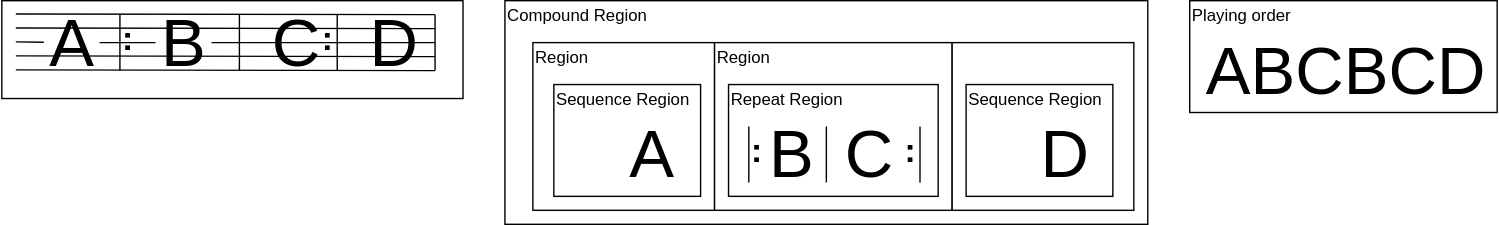
Earlier version of the draw.io export docs/repeat/example03.drawio.svg (ruimo/klavier-core). Source tidied: cells renumbered, new cells last; positions are measured from the earlier drawing's top-left corner, leaving out a move shared by most shapes. The source it was exported from:
```xml
<mxGraphModel>
  <root>
    <mxCell id="0" />
    <mxCell id="1" parent="0" />
    <mxCell id="2" style="rounded=0;whiteSpace=wrap;html=1;" parent="1" vertex="1">
      <mxGeometry x="360" width="460" height="160" as="geometry" />
    </mxCell>
    <mxCell id="3" style="rounded=0;whiteSpace=wrap;html=1;" parent="1" vertex="1">
      <mxGeometry x="380" y="30" width="130" height="120" as="geometry" />
    </mxCell>
    <mxCell id="4" style="rounded=0;whiteSpace=wrap;html=1;" parent="1" vertex="1">
      <mxGeometry width="330" height="70" as="geometry" />
    </mxCell>
    <mxCell id="5" style="endArrow=none;html=1;" parent="1" edge="1">
      <mxGeometry relative="1" as="geometry">
        <mxPoint x="10" y="9.5" as="sourcePoint" />
        <mxPoint x="310" y="10" as="targetPoint" />
      </mxGeometry>
    </mxCell>
    <mxCell id="6" style="endArrow=none;html=1;" parent="1" edge="1">
      <mxGeometry relative="1" as="geometry">
        <mxPoint x="10" y="19.5" as="sourcePoint" />
        <mxPoint x="310" y="20" as="targetPoint" />
      </mxGeometry>
    </mxCell>
    <mxCell id="7" style="endArrow=none;html=1;" parent="1" edge="1" source="16">
      <mxGeometry relative="1" as="geometry">
        <mxPoint x="310" y="30" as="targetPoint" />
      </mxGeometry>
    </mxCell>
    <mxCell id="8" style="endArrow=none;html=1;" parent="1" edge="1">
      <mxGeometry relative="1" as="geometry">
        <mxPoint x="10" y="39.5" as="sourcePoint" />
        <mxPoint x="310" y="40" as="targetPoint" />
      </mxGeometry>
    </mxCell>
    <mxCell id="9" style="endArrow=none;html=1;" parent="1" edge="1">
      <mxGeometry relative="1" as="geometry">
        <mxPoint x="10" y="49.5" as="sourcePoint" />
        <mxPoint x="310" y="50" as="targetPoint" />
      </mxGeometry>
    </mxCell>
    <mxCell id="10" value="&lt;font style=&quot;font-size: 48px&quot;&gt;A&lt;/font&gt;" style="text;html=1;strokeColor=none;fillColor=none;align=center;verticalAlign=middle;whiteSpace=wrap;rounded=0;" parent="1" vertex="1">
      <mxGeometry x="30" y="20" width="40" height="20" as="geometry" />
    </mxCell>
    <mxCell id="11" style="endArrow=none;html=1;" parent="1" edge="1" target="10">
      <mxGeometry relative="1" as="geometry">
        <mxPoint x="10" y="29.5" as="sourcePoint" />
      </mxGeometry>
    </mxCell>
    <mxCell id="12" style="endArrow=none;html=1;" parent="1" edge="1">
      <mxGeometry relative="1" as="geometry">
        <mxPoint x="170" y="50" as="sourcePoint" />
        <mxPoint x="170" y="10" as="targetPoint" />
      </mxGeometry>
    </mxCell>
    <mxCell id="13" style="rounded=0;whiteSpace=wrap;html=1;" parent="1" vertex="1">
      <mxGeometry x="395" y="60" width="105" height="80" as="geometry" />
    </mxCell>
    <mxCell id="14" value="Sequence Region" style="text;html=1;strokeColor=none;fillColor=none;align=left;verticalAlign=middle;whiteSpace=wrap;rounded=0;" parent="1" vertex="1">
      <mxGeometry x="395" y="60" width="105" height="20" as="geometry" />
    </mxCell>
    <mxCell id="15" value="&lt;font style=&quot;font-size: 48px&quot;&gt;A&lt;/font&gt;" style="text;html=1;strokeColor=none;fillColor=none;align=center;verticalAlign=middle;whiteSpace=wrap;rounded=0;" parent="1" vertex="1">
      <mxGeometry x="445" y="100" width="40" height="20" as="geometry" />
    </mxCell>
    <mxCell id="16" value="&lt;font style=&quot;font-size: 48px&quot;&gt;B&lt;/font&gt;" style="text;html=1;strokeColor=none;fillColor=none;align=center;verticalAlign=middle;whiteSpace=wrap;rounded=0;" parent="1" vertex="1">
      <mxGeometry x="110" y="20" width="40" height="20" as="geometry" />
    </mxCell>
    <mxCell id="17" value="Compound Region" style="text;html=1;strokeColor=none;fillColor=none;align=left;verticalAlign=middle;whiteSpace=wrap;rounded=0;" parent="1" vertex="1">
      <mxGeometry x="360" width="200" height="20" as="geometry" />
    </mxCell>
    <mxCell id="18" value="Region" style="text;html=1;strokeColor=none;fillColor=none;align=left;verticalAlign=middle;whiteSpace=wrap;rounded=0;" parent="1" vertex="1">
      <mxGeometry x="380" y="30" width="150" height="20" as="geometry" />
    </mxCell>
    <mxCell id="19" value="&lt;font style=&quot;font-size: 48px&quot;&gt;C&lt;/font&gt;" style="text;html=1;strokeColor=none;fillColor=none;align=center;verticalAlign=middle;whiteSpace=wrap;rounded=0;" parent="1" vertex="1">
      <mxGeometry x="190" y="20" width="40" height="20" as="geometry" />
    </mxCell>
    <mxCell id="20" value="&lt;font style=&quot;font-size: 48px&quot;&gt;D&lt;/font&gt;" style="text;html=1;strokeColor=none;fillColor=none;align=center;verticalAlign=middle;whiteSpace=wrap;rounded=0;" parent="1" vertex="1">
      <mxGeometry x="260" y="20" width="40" height="20" as="geometry" />
    </mxCell>
    <mxCell id="21" style="endArrow=none;html=1;" parent="1" edge="1">
      <mxGeometry relative="1" as="geometry">
        <mxPoint x="310" y="50" as="sourcePoint" />
        <mxPoint x="310" y="10" as="targetPoint" />
      </mxGeometry>
    </mxCell>
    <mxCell id="22" style="rounded=0;whiteSpace=wrap;html=1;" parent="1" vertex="1">
      <mxGeometry x="510" y="30" width="170" height="120" as="geometry" />
    </mxCell>
    <mxCell id="23" style="rounded=0;whiteSpace=wrap;html=1;" parent="1" vertex="1">
      <mxGeometry x="520" y="60" width="150" height="80" as="geometry" />
    </mxCell>
    <mxCell id="24" value="&lt;font style=&quot;font-size: 48px&quot;&gt;B&lt;/font&gt;" style="text;html=1;strokeColor=none;fillColor=none;align=center;verticalAlign=middle;whiteSpace=wrap;rounded=0;" parent="1" vertex="1">
      <mxGeometry x="545" y="100" width="40" height="20" as="geometry" />
    </mxCell>
    <mxCell id="25" value="Region" style="text;html=1;strokeColor=none;fillColor=none;align=left;verticalAlign=middle;whiteSpace=wrap;rounded=0;" parent="1" vertex="1">
      <mxGeometry x="510" y="30" width="150" height="20" as="geometry" />
    </mxCell>
    <mxCell id="26" value="Repeat Region" style="text;html=1;strokeColor=none;fillColor=none;align=left;verticalAlign=middle;whiteSpace=wrap;rounded=0;" parent="1" vertex="1">
      <mxGeometry x="520" y="60" width="105" height="20" as="geometry" />
    </mxCell>
    <mxCell id="27" style="group;" parent="1" vertex="1">
      <mxGeometry x="520" y="90" width="40" height="40" as="geometry" />
    </mxCell>
    <mxCell id="28" style="endArrow=none;html=1;" parent="27" edge="1">
      <mxGeometry relative="1" as="geometry">
        <mxPoint x="14.5" y="40" as="sourcePoint" />
        <mxPoint x="14.5" as="targetPoint" />
      </mxGeometry>
    </mxCell>
    <mxCell id="29" value="&lt;font style=&quot;font-size: 24px&quot;&gt;&lt;b&gt;:&lt;/b&gt;&lt;/font&gt;" style="text;html=1;strokeColor=none;fillColor=none;align=center;verticalAlign=middle;whiteSpace=wrap;rounded=0;rotation=0;" parent="27" vertex="1">
      <mxGeometry y="7" width="40" height="20" as="geometry" />
    </mxCell>
    <mxCell id="30" style="group;" parent="1" vertex="1">
      <mxGeometry x="70" y="10" width="40" height="40" as="geometry" />
    </mxCell>
    <mxCell id="31" style="endArrow=none;html=1;" parent="30" edge="1" source="10" target="16">
      <mxGeometry relative="1" as="geometry" />
    </mxCell>
    <mxCell id="32" style="endArrow=none;html=1;" parent="30" edge="1">
      <mxGeometry relative="1" as="geometry">
        <mxPoint x="14.5" y="40" as="sourcePoint" />
        <mxPoint x="14.5" as="targetPoint" />
      </mxGeometry>
    </mxCell>
    <mxCell id="33" value="&lt;font style=&quot;font-size: 24px&quot;&gt;&lt;b&gt;:&lt;/b&gt;&lt;/font&gt;" style="text;html=1;strokeColor=none;fillColor=none;align=center;verticalAlign=middle;whiteSpace=wrap;rounded=0;rotation=0;" parent="30" vertex="1">
      <mxGeometry y="7" width="40" height="20" as="geometry" />
    </mxCell>
    <mxCell id="34" style="endArrow=none;html=1;" parent="1" edge="1">
      <mxGeometry relative="1" as="geometry">
        <mxPoint x="590" y="130" as="sourcePoint" />
        <mxPoint x="590" y="90" as="targetPoint" />
      </mxGeometry>
    </mxCell>
    <mxCell id="35" value="&lt;span style=&quot;font-size: 48px&quot;&gt;C&lt;/span&gt;" style="text;html=1;strokeColor=none;fillColor=none;align=center;verticalAlign=middle;whiteSpace=wrap;rounded=0;" parent="1" vertex="1">
      <mxGeometry x="600" y="100" width="40" height="20" as="geometry" />
    </mxCell>
    <mxCell id="36" style="group;" parent="1" vertex="1">
      <mxGeometry x="213" y="10" width="40" height="40" as="geometry" />
    </mxCell>
    <mxCell id="37" style="group;" parent="36" vertex="1">
      <mxGeometry width="40" height="40" as="geometry" />
    </mxCell>
    <mxCell id="38" style="group;" parent="37" vertex="1">
      <mxGeometry width="40" height="40" as="geometry" />
    </mxCell>
    <mxCell id="39" style="endArrow=none;html=1;" parent="38" edge="1">
      <mxGeometry relative="1" as="geometry">
        <mxPoint x="27" y="40" as="sourcePoint" />
        <mxPoint x="27" as="targetPoint" />
      </mxGeometry>
    </mxCell>
    <mxCell id="40" value="&lt;font style=&quot;font-size: 24px&quot;&gt;&lt;b&gt;:&lt;/b&gt;&lt;/font&gt;" style="text;html=1;strokeColor=none;fillColor=none;align=center;verticalAlign=middle;whiteSpace=wrap;rounded=0;rotation=0;" parent="38" vertex="1">
      <mxGeometry y="7" width="40" height="20" as="geometry" />
    </mxCell>
    <mxCell id="41" style="group;" parent="1" vertex="1">
      <mxGeometry x="630" y="90" width="40" height="40" as="geometry" />
    </mxCell>
    <mxCell id="42" style="group;" parent="41" vertex="1">
      <mxGeometry width="40" height="40" as="geometry" />
    </mxCell>
    <mxCell id="43" style="group;" parent="42" vertex="1">
      <mxGeometry width="40" height="40" as="geometry" />
    </mxCell>
    <mxCell id="44" style="endArrow=none;html=1;" parent="43" edge="1">
      <mxGeometry relative="1" as="geometry">
        <mxPoint x="27" y="40" as="sourcePoint" />
        <mxPoint x="27" as="targetPoint" />
      </mxGeometry>
    </mxCell>
    <mxCell id="45" value="&lt;font style=&quot;font-size: 24px&quot;&gt;&lt;b&gt;:&lt;/b&gt;&lt;/font&gt;" style="text;html=1;strokeColor=none;fillColor=none;align=center;verticalAlign=middle;whiteSpace=wrap;rounded=0;rotation=0;" parent="43" vertex="1">
      <mxGeometry y="7" width="40" height="20" as="geometry" />
    </mxCell>
    <mxCell id="46" style="rounded=0;whiteSpace=wrap;html=1;" parent="1" vertex="1">
      <mxGeometry x="680" y="30" width="130" height="120" as="geometry" />
    </mxCell>
    <mxCell id="47" style="rounded=0;whiteSpace=wrap;html=1;" parent="1" vertex="1">
      <mxGeometry x="690" y="60" width="105" height="80" as="geometry" />
    </mxCell>
    <mxCell id="48" value="Sequence Region" style="text;html=1;strokeColor=none;fillColor=none;align=left;verticalAlign=middle;whiteSpace=wrap;rounded=0;" parent="1" vertex="1">
      <mxGeometry x="690" y="60" width="105" height="20" as="geometry" />
    </mxCell>
    <mxCell id="49" value="&lt;font style=&quot;font-size: 48px&quot;&gt;D&lt;/font&gt;" style="text;html=1;strokeColor=none;fillColor=none;align=center;verticalAlign=middle;whiteSpace=wrap;rounded=0;" parent="1" vertex="1">
      <mxGeometry x="740" y="100" width="40" height="20" as="geometry" />
    </mxCell>
    <mxCell id="50" style="rounded=0;whiteSpace=wrap;html=1;" parent="1" vertex="1">
      <mxGeometry x="850" width="220" height="80" as="geometry" />
    </mxCell>
    <mxCell id="51" value="Playing order" style="text;html=1;strokeColor=none;fillColor=none;align=left;verticalAlign=middle;whiteSpace=wrap;rounded=0;" parent="1" vertex="1">
      <mxGeometry x="850" width="200" height="20" as="geometry" />
    </mxCell>
    <mxCell id="52" value="&lt;font style=&quot;font-size: 48px&quot;&gt;ABCBCD&lt;/font&gt;" style="text;html=1;strokeColor=none;fillColor=none;align=left;verticalAlign=middle;whiteSpace=wrap;rounded=0;" parent="1" vertex="1">
      <mxGeometry x="860" y="40" width="40" height="20" as="geometry" />
    </mxCell>
  </root>
</mxGraphModel>
```
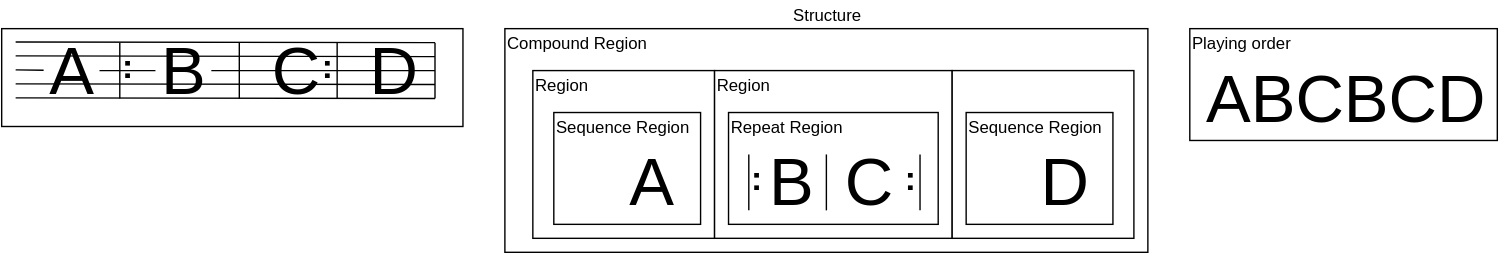
The same file after the commit.

What changed in the source:
```diff
@@ -192,5 +192,8 @@
     <mxCell id="52" value="&lt;font style=&quot;font-size: 48px&quot;&gt;ABCBCD&lt;/font&gt;" style="text;html=1;strokeColor=none;fillColor=none;align=left;verticalAlign=middle;whiteSpace=wrap;rounded=0;" parent="1" vertex="1">
       <mxGeometry x="860" y="40" width="40" height="20" as="geometry" />
     </mxCell>
+    <mxCell id="53" value="Structure" style="text;html=1;strokeColor=none;fillColor=none;align=center;verticalAlign=middle;whiteSpace=wrap;rounded=0;" parent="1" vertex="1">
+      <mxGeometry x="360" y="-20" width="460" height="20" as="geometry" />
+    </mxCell>
   </root>
 </mxGraphModel>
```
